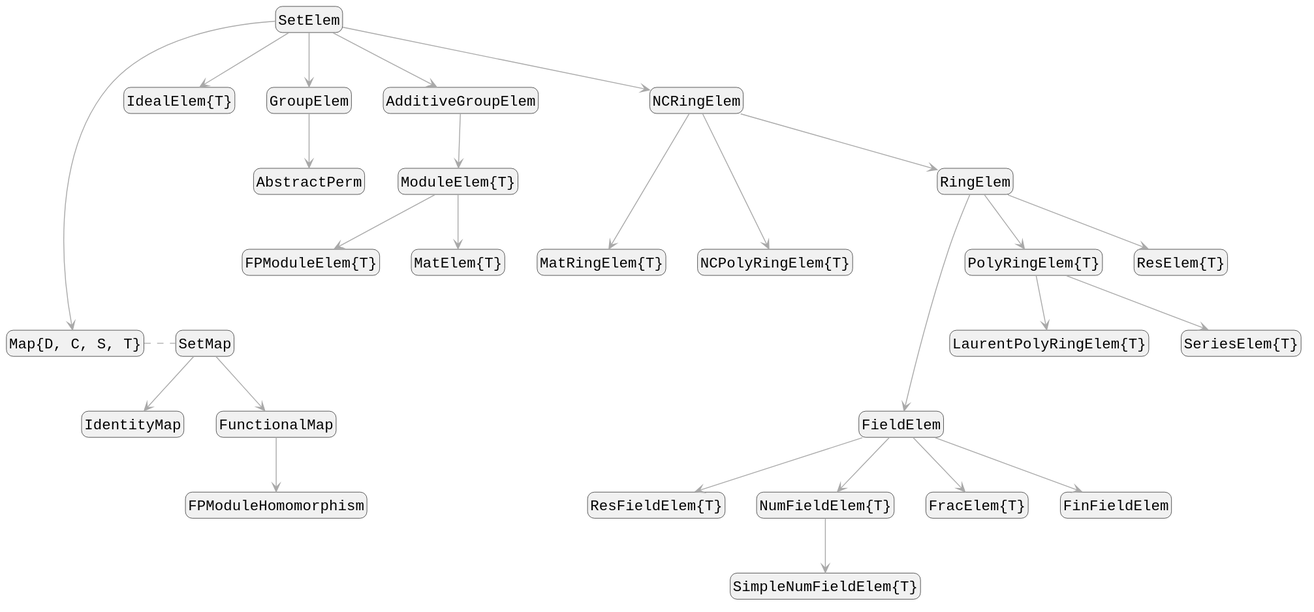
This is previews/PR6281/AbstractAlgebra/assets/elements_diagram.svg from oscar-system/OscarDocumentation, a PlantUML export, as it was before one commit. The source it was exported from:
```plantuml
@startuml
skinparam monochrome true
skinparam defaultFontName Monospaced
skinparam defaultFontSize 16
skinparam objectArrowColor DarkGray
skinparam RoundCorner 15


"SetElem" -down-> "IdealElem{T}"

"SetElem" -down----> "Map{D, C, S, T}"
"Map{D, C, S, T}" .right. "SetMap"
"SetMap" -down-> "IdentityMap"
"SetMap" -down-> "FunctionalMap"
"FunctionalMap" -down-> "FPModuleHomomorphism"

"SetElem" -down-> "GroupElem"
"GroupElem" -down-> "AbstractPerm"

"SetElem" -down-> "AdditiveGroupElem"
"AdditiveGroupElem" -down-> "ModuleElem{T}"
"ModuleElem{T}" -down-> "FPModuleElem{T}"
"ModuleElem{T}" -down-> "MatElem{T}"

"SetElem" -down-> "NCRingElem"
"NCRingElem" -down--> "MatRingElem{T}"
"NCRingElem" -down--> "NCPolyRingElem{T}"
"NCRingElem" -down-> "RingElem"

"RingElem" -down-> "PolyRingElem{T}"
"PolyRingElem{T}" -down-> "SeriesElem{T}"
"PolyRingElem{T}" -down-> "LaurentPolyRingElem{T}"
"RingElem" -down-> "ResElem{T}"
"RingElem" -down---> "FieldElem"

"FieldElem" -down-> "FinFieldElem"
"FieldElem" -down-> "ResFieldElem{T}"
"FieldElem" -down-> "NumFieldElem{T}"
"NumFieldElem{T}" -down-> "SimpleNumFieldElem{T}"
"FieldElem" -down-> "FracElem{T}"

hide members
hide circle
@enduml
```
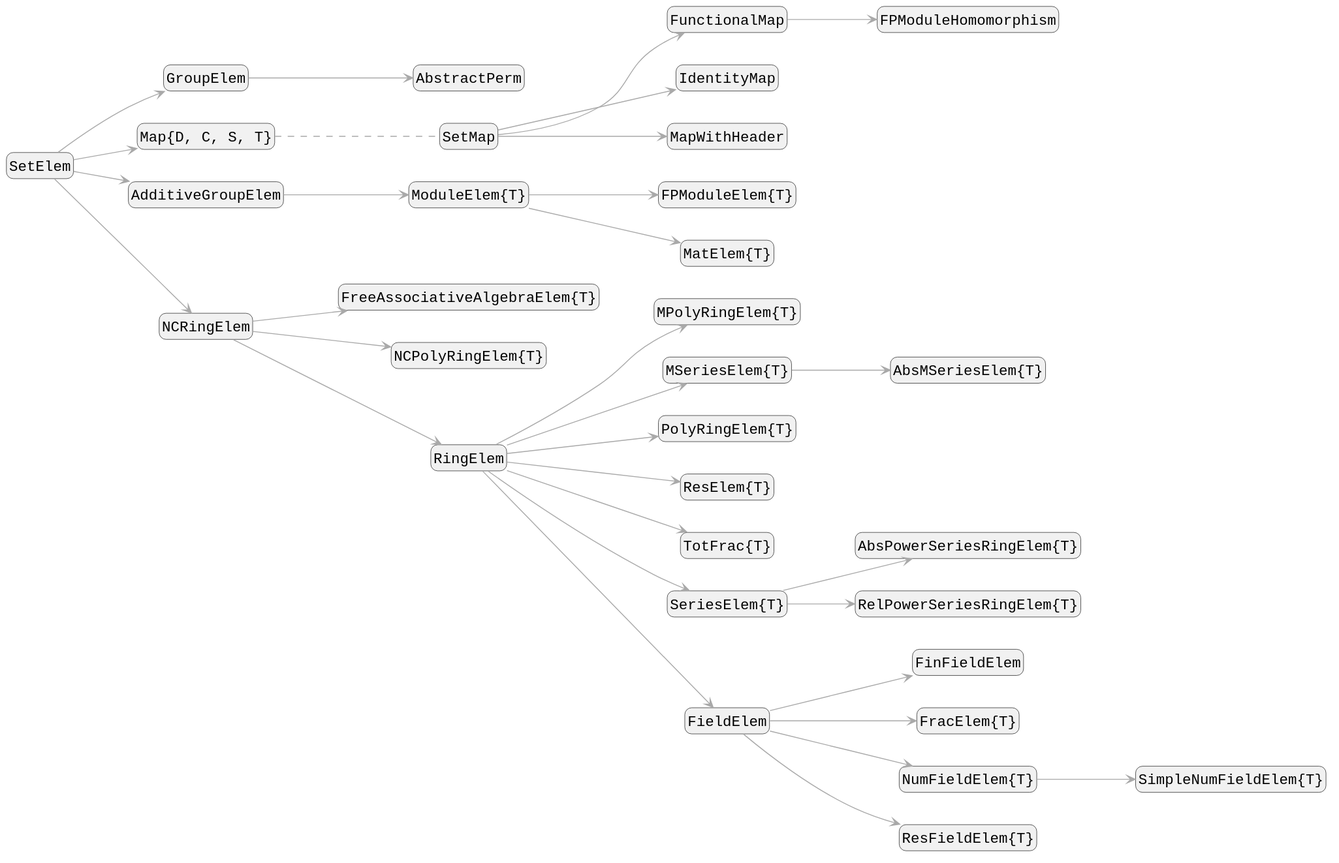
After the change.

Diff of the diagram source:
```diff
@@ -4,41 +4,41 @@
 skinparam defaultFontSize 16
 skinparam objectArrowColor DarkGray
 skinparam RoundCorner 15
+left to right direction
 
+"SetElem" --> "GroupElem"
+"GroupElem" --> "AbstractPerm"
+"SetElem" --> "Map{D, C, S, T}"
+"SetElem" --> "AdditiveGroupElem"
+"AdditiveGroupElem" --> "ModuleElem{T}"
+"ModuleElem{T}" --> "FPModuleElem{T}"
+"ModuleElem{T}" --> "MatElem{T}"
+"SetElem" --> "NCRingElem"
+"NCRingElem" --> "FreeAssociativeAlgebraElem{T}"
+"NCRingElem" --> "NCPolyRingElem{T}"
+"NCRingElem" --> "RingElem"
+"RingElem" --> "MPolyRingElem{T}"
+"RingElem" --> "MSeriesElem{T}"
+"MSeriesElem{T}" --> "AbsMSeriesElem{T}"
+"RingElem" --> "PolyRingElem{T}"
+"RingElem" --> "ResElem{T}"
+"RingElem" --> "TotFrac{T}"
+"RingElem" --> "SeriesElem{T}"
+"SeriesElem{T}" --> "AbsPowerSeriesRingElem{T}"
+"SeriesElem{T}" --> "RelPowerSeriesRingElem{T}"
+"RingElem" --> "FieldElem"
+"FieldElem" --> "FinFieldElem"
+"FieldElem" --> "FracElem{T}"
+"FieldElem" --> "NumFieldElem{T}"
+"NumFieldElem{T}" --> "SimpleNumFieldElem{T}"
+"FieldElem" --> "ResFieldElem{T}"
 
-"SetElem" -down-> "IdealElem{T}"
+"SetMap" --> "FunctionalMap"
+"FunctionalMap" --> "FPModuleHomomorphism"
+"SetMap" --> "IdentityMap"
+"SetMap" --> "MapWithHeader"
 
-"SetElem" -down----> "Map{D, C, S, T}"
-"Map{D, C, S, T}" .right. "SetMap"
-"SetMap" -down-> "IdentityMap"
-"SetMap" -down-> "FunctionalMap"
-"FunctionalMap" -down-> "FPModuleHomomorphism"
-
-"SetElem" -down-> "GroupElem"
-"GroupElem" -down-> "AbstractPerm"
-
-"SetElem" -down-> "AdditiveGroupElem"
-"AdditiveGroupElem" -down-> "ModuleElem{T}"
-"ModuleElem{T}" -down-> "FPModuleElem{T}"
-"ModuleElem{T}" -down-> "MatElem{T}"
-
-"SetElem" -down-> "NCRingElem"
-"NCRingElem" -down--> "MatRingElem{T}"
-"NCRingElem" -down--> "NCPolyRingElem{T}"
-"NCRingElem" -down-> "RingElem"
-
-"RingElem" -down-> "PolyRingElem{T}"
-"PolyRingElem{T}" -down-> "SeriesElem{T}"
-"PolyRingElem{T}" -down-> "LaurentPolyRingElem{T}"
-"RingElem" -down-> "ResElem{T}"
-"RingElem" -down---> "FieldElem"
-
-"FieldElem" -down-> "FinFieldElem"
-"FieldElem" -down-> "ResFieldElem{T}"
-"FieldElem" -down-> "NumFieldElem{T}"
-"NumFieldElem{T}" -down-> "SimpleNumFieldElem{T}"
-"FieldElem" -down-> "FracElem{T}"
-
+"Map{D, C, S, T}" .. "SetMap"
 hide members
 hide circle
 @enduml
```
